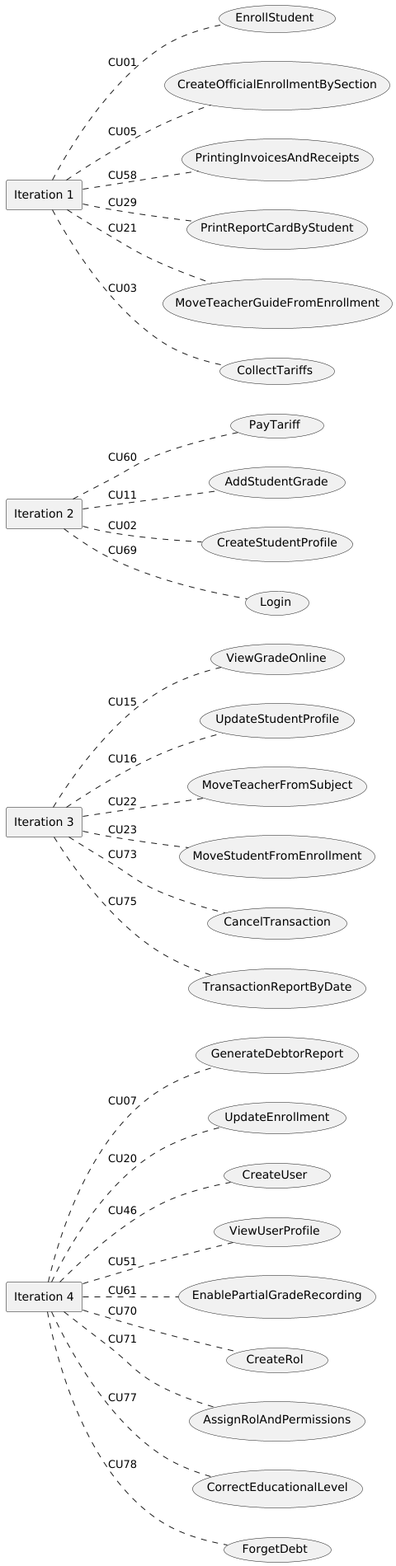
wsmcbl/wsmcbl.doc keeps this PlantUML diagram as out/UseCaseView/Prioritization.png. Above is the earlier version.
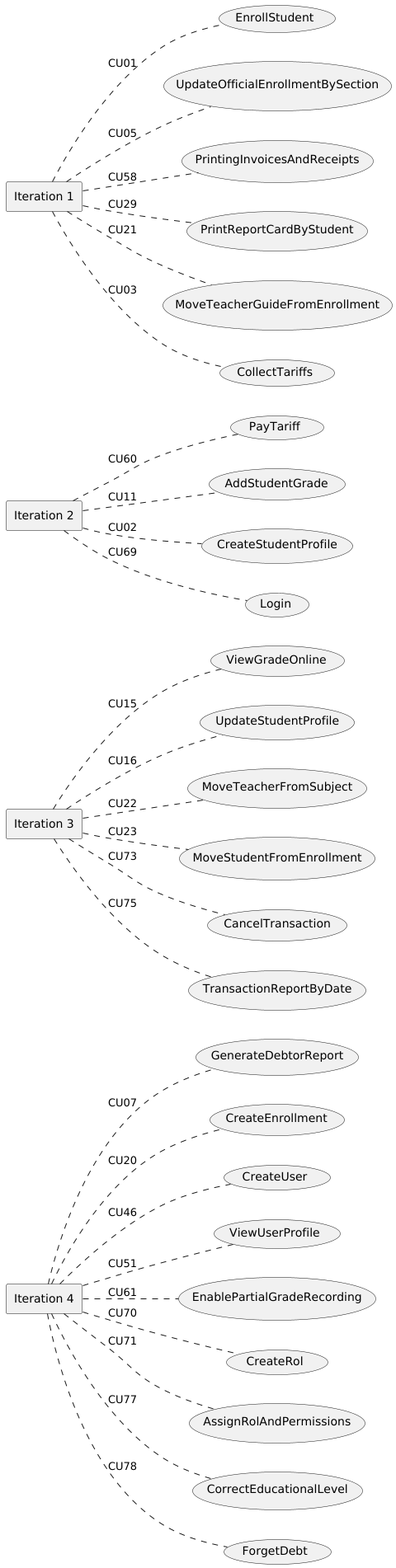
Above is the later version.

The edit, as a diff of the source:
```diff
@@ -4,7 +4,7 @@
 rectangle "Iteration 4" as Iteration4
 
 usecase CU07 as "GenerateDebtorReport"
-usecase CU20 as "UpdateEnrollment"
+usecase CU20 as "CreateEnrollment"
 usecase CU46 as "CreateUser"
 usecase CU51 as "ViewUserProfile"
 usecase CU61 as "EnablePartialGradeRecording"
@@ -59,7 +59,7 @@
 rectangle "Iteration 1" as Iteration1
 
 usecase CU01 as "EnrollStudent"
-usecase CU05 as "CreateOfficialEnrollmentBySection"
+usecase CU05 as "UpdateOfficialEnrollmentBySection"
 usecase CU58 as "PrintingInvoicesAndReceipts"
 usecase CU29 as "PrintReportCardByStudent"
 usecase CU21 as "MoveTeacherGuideFromEnrollment"
```
